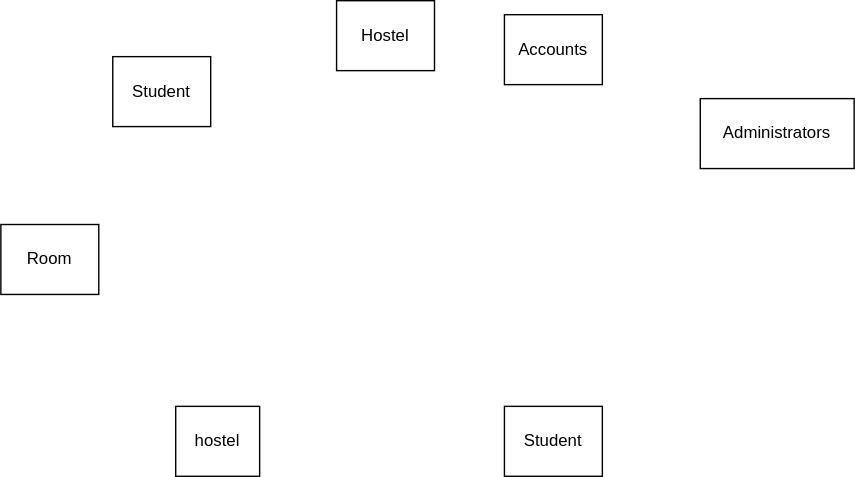
Zeven100/hostel_management keeps this draw.io diagram as hostel_management.drawio.svg. Above is the earlier version. Source tidied: cells renumbered, new cells last; positions are measured from the earlier drawing's top-left corner, leaving out a move shared by most shapes.
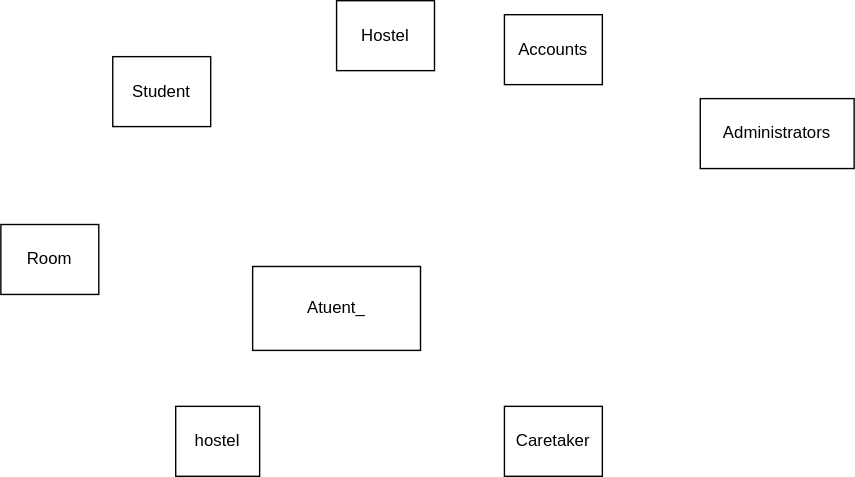
After the commit.

Diff of the diagram source:
```diff
@@ -14,7 +14,7 @@
     <mxCell id="5" value="Accounts" style="rounded=0;whiteSpace=wrap;html=1;" parent="1" vertex="1">
       <mxGeometry x="360" y="10" width="70" height="50" as="geometry" />
     </mxCell>
-    <mxCell id="6" value="Student" style="rounded=0;whiteSpace=wrap;html=1;" parent="1" vertex="1">
+    <mxCell id="6" value="Caretaker" style="rounded=0;whiteSpace=wrap;html=1;" parent="1" vertex="1">
       <mxGeometry x="360" y="290" width="70" height="50" as="geometry" />
     </mxCell>
     <mxCell id="7" value="Room" style="rounded=0;whiteSpace=wrap;html=1;" parent="1" vertex="1">
@@ -23,5 +23,8 @@
     <mxCell id="8" value="Administrators" style="rounded=0;whiteSpace=wrap;html=1;" parent="1" vertex="1">
       <mxGeometry x="500" y="70" width="110" height="50" as="geometry" />
     </mxCell>
+    <mxCell id="9" value="Atuent_" style="rounded=0;whiteSpace=wrap;html=1;" parent="1" vertex="1">
+      <mxGeometry x="180" y="190" width="120" height="60" as="geometry" />
+    </mxCell>
   </root>
 </mxGraphModel>
```
